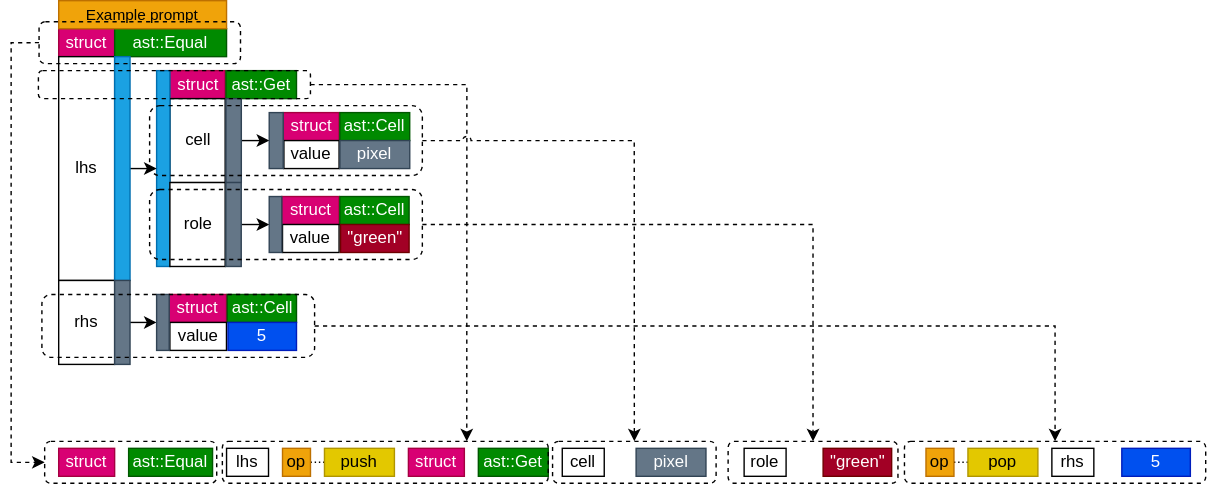
This is doc/diagrams/RequestExampleSerialized.svg from hun-nemethpeter/InfoCell, a draw.io export, as it was before one commit. Source tidied: cells renumbered, new cells last; positions are measured from the earlier drawing's top-left corner, leaving out a move shared by most shapes. Source of this version:
```xml
<mxGraphModel>
  <root>
    <mxCell id="0" />
    <mxCell id="1" parent="0" />
    <mxCell id="2" value="struct" style="rounded=0;whiteSpace=wrap;html=1;fillColor=#d80073;fontColor=#ffffff;strokeColor=#A50040;" parent="1" vertex="1">
      <mxGeometry x="14" y="20" width="40" height="20" as="geometry" />
    </mxCell>
    <mxCell id="3" value="ast::Equal" style="rounded=0;whiteSpace=wrap;html=1;fillColor=#008a00;fontColor=#ffffff;strokeColor=#005700;" parent="1" vertex="1">
      <mxGeometry x="54" y="20" width="80" height="20" as="geometry" />
    </mxCell>
    <mxCell id="4" value="lhs" style="rounded=0;whiteSpace=wrap;html=1;" parent="1" vertex="1">
      <mxGeometry x="14" y="40" width="40" height="160" as="geometry" />
    </mxCell>
    <mxCell id="5" value="Example prompt" style="rounded=0;whiteSpace=wrap;html=1;fontFamily=Helvetica;fontSize=11;fontColor=#000000;fillColor=#f0a30a;strokeColor=#BD7000;" parent="1" vertex="1">
      <mxGeometry x="14" width="120" height="20" as="geometry" />
    </mxCell>
    <mxCell id="6" value="rhs" style="rounded=0;whiteSpace=wrap;html=1;" parent="1" vertex="1">
      <mxGeometry x="14" y="200" width="40" height="60" as="geometry" />
    </mxCell>
    <mxCell id="7" value="struct" style="rounded=0;whiteSpace=wrap;html=1;fillColor=#d80073;fontColor=#ffffff;strokeColor=#A50040;" parent="1" vertex="1">
      <mxGeometry x="93.5" y="50" width="39.5" height="20" as="geometry" />
    </mxCell>
    <mxCell id="8" value="ast::Get" style="rounded=0;whiteSpace=wrap;html=1;fillColor=#008a00;fontColor=#ffffff;strokeColor=#005700;" parent="1" vertex="1">
      <mxGeometry x="133.6" y="50" width="50.4" height="20" as="geometry" />
    </mxCell>
    <mxCell id="9" value="cell" style="rounded=0;whiteSpace=wrap;html=1;" parent="1" vertex="1">
      <mxGeometry x="93.5" y="70" width="39.5" height="60" as="geometry" />
    </mxCell>
    <mxCell id="10" style="rounded=0;whiteSpace=wrap;html=1;fontFamily=Helvetica;fontSize=11;fontColor=#ffffff;fillColor=#1ba1e2;strokeColor=#006EAF;" parent="1" vertex="1">
      <mxGeometry x="84" y="50" width="9.5" height="140" as="geometry" />
    </mxCell>
    <mxCell id="11" value="role" style="rounded=0;whiteSpace=wrap;html=1;" parent="1" vertex="1">
      <mxGeometry x="93.5" y="130" width="39.5" height="60" as="geometry" />
    </mxCell>
    <mxCell id="12" value="struct" style="rounded=0;whiteSpace=wrap;html=1;fillColor=#d80073;fontColor=#ffffff;strokeColor=#A50040;" parent="1" vertex="1">
      <mxGeometry x="174.5" y="80" width="39.9" height="20" as="geometry" />
    </mxCell>
    <mxCell id="13" value="ast::Cell" style="rounded=0;whiteSpace=wrap;html=1;fillColor=#008a00;fontColor=#ffffff;strokeColor=#005700;" parent="1" vertex="1">
      <mxGeometry x="215" y="80" width="49.9" height="20" as="geometry" />
    </mxCell>
    <mxCell id="14" value="value" style="rounded=0;whiteSpace=wrap;html=1;" parent="1" vertex="1">
      <mxGeometry x="175" y="100" width="39.4" height="20" as="geometry" />
    </mxCell>
    <mxCell id="15" value="pixel" style="rounded=0;whiteSpace=wrap;html=1;fillColor=#647687;fontColor=#ffffff;strokeColor=#314354;" parent="1" vertex="1">
      <mxGeometry x="215.1" y="100" width="49.9" height="20" as="geometry" />
    </mxCell>
    <mxCell id="16" style="rounded=0;whiteSpace=wrap;html=1;fontFamily=Helvetica;fontSize=11;fontColor=#ffffff;fillColor=#647687;strokeColor=#314354;" parent="1" vertex="1">
      <mxGeometry x="164.5" y="80" width="10" height="40" as="geometry" />
    </mxCell>
    <mxCell id="17" style="edgeStyle=orthogonalEdgeStyle;rounded=0;jettySize=auto;html=1;exitX=1;exitY=0.5;exitDx=0;exitDy=0;entryX=0;entryY=0.5;entryDx=0;entryDy=0;" parent="1" edge="1" source="18" target="16">
      <mxGeometry relative="1" as="geometry" />
    </mxCell>
    <mxCell id="18" style="rounded=0;whiteSpace=wrap;html=1;fillColor=#647687;fontColor=#ffffff;strokeColor=#314354;" parent="1" vertex="1">
      <mxGeometry x="133.6" y="70" width="11" height="60" as="geometry" />
    </mxCell>
    <mxCell id="19" value="struct" style="rounded=0;whiteSpace=wrap;html=1;fillColor=#d80073;fontColor=#ffffff;strokeColor=#A50040;" parent="1" vertex="1">
      <mxGeometry x="173.5" y="140" width="40.9" height="20" as="geometry" />
    </mxCell>
    <mxCell id="20" value="ast::Cell" style="rounded=0;whiteSpace=wrap;html=1;fillColor=#008a00;fontColor=#ffffff;strokeColor=#005700;" parent="1" vertex="1">
      <mxGeometry x="215" y="140" width="49.5" height="20" as="geometry" />
    </mxCell>
    <mxCell id="21" value="value" style="rounded=0;whiteSpace=wrap;html=1;" parent="1" vertex="1">
      <mxGeometry x="174" y="160" width="40.4" height="20" as="geometry" />
    </mxCell>
    <mxCell id="22" value="&quot;green&quot;" style="rounded=0;whiteSpace=wrap;html=1;fillColor=#a20025;fontColor=#ffffff;strokeColor=#6F0000;" parent="1" vertex="1">
      <mxGeometry x="215.5" y="160" width="49" height="20" as="geometry" />
    </mxCell>
    <mxCell id="23" style="rounded=0;whiteSpace=wrap;html=1;fontFamily=Helvetica;fontSize=11;fontColor=#ffffff;fillColor=#647687;strokeColor=#314354;" parent="1" vertex="1">
      <mxGeometry x="164.5" y="140" width="9" height="40" as="geometry" />
    </mxCell>
    <mxCell id="24" style="edgeStyle=orthogonalEdgeStyle;rounded=0;jettySize=auto;html=1;exitX=1;exitY=0.5;exitDx=0;exitDy=0;entryX=0;entryY=0.5;entryDx=0;entryDy=0;" parent="1" edge="1" source="25" target="23">
      <mxGeometry relative="1" as="geometry" />
    </mxCell>
    <mxCell id="25" style="rounded=0;whiteSpace=wrap;html=1;fillColor=#647687;fontColor=#ffffff;strokeColor=#314354;" parent="1" vertex="1">
      <mxGeometry x="133.5" y="130" width="11" height="60" as="geometry" />
    </mxCell>
    <mxCell id="26" style="edgeStyle=orthogonalEdgeStyle;rounded=0;jettySize=auto;html=1;exitX=1;exitY=0.5;exitDx=0;exitDy=0;entryX=0;entryY=0.5;entryDx=0;entryDy=0;" parent="1" edge="1" source="27" target="10">
      <mxGeometry relative="1" as="geometry" />
    </mxCell>
    <mxCell id="27" style="rounded=0;whiteSpace=wrap;html=1;fillColor=#1ba1e2;fontColor=#ffffff;strokeColor=#006EAF;" parent="1" vertex="1">
      <mxGeometry x="54" y="40" width="11" height="160" as="geometry" />
    </mxCell>
    <mxCell id="28" style="edgeStyle=orthogonalEdgeStyle;rounded=0;jettySize=auto;html=1;exitX=1;exitY=0.5;exitDx=0;exitDy=0;entryX=0;entryY=0.5;entryDx=0;entryDy=0;" parent="1" edge="1" source="29" target="34">
      <mxGeometry relative="1" as="geometry" />
    </mxCell>
    <mxCell id="29" style="rounded=0;whiteSpace=wrap;html=1;fillColor=#647687;fontColor=#ffffff;strokeColor=#314354;" parent="1" vertex="1">
      <mxGeometry x="54" y="200" width="11" height="60" as="geometry" />
    </mxCell>
    <mxCell id="30" value="struct" style="rounded=0;whiteSpace=wrap;html=1;fillColor=#d80073;fontColor=#ffffff;strokeColor=#A50040;" parent="1" vertex="1">
      <mxGeometry x="93" y="210" width="40.9" height="20" as="geometry" />
    </mxCell>
    <mxCell id="31" value="ast::Cell" style="rounded=0;whiteSpace=wrap;html=1;fillColor=#008a00;fontColor=#ffffff;strokeColor=#005700;" parent="1" vertex="1">
      <mxGeometry x="134.5" y="210" width="49.5" height="20" as="geometry" />
    </mxCell>
    <mxCell id="32" value="value" style="rounded=0;whiteSpace=wrap;html=1;" parent="1" vertex="1">
      <mxGeometry x="93.5" y="230" width="40.4" height="20" as="geometry" />
    </mxCell>
    <mxCell id="33" value="5" style="rounded=0;whiteSpace=wrap;html=1;fillColor=#0050ef;fontColor=#ffffff;strokeColor=#001DBC;" parent="1" vertex="1">
      <mxGeometry x="135" y="230" width="49" height="20" as="geometry" />
    </mxCell>
    <mxCell id="34" style="rounded=0;whiteSpace=wrap;html=1;fontFamily=Helvetica;fontSize=11;fontColor=#ffffff;fillColor=#647687;strokeColor=#314354;" parent="1" vertex="1">
      <mxGeometry x="84" y="210" width="9" height="40" as="geometry" />
    </mxCell>
    <mxCell id="35" value="struct" style="rounded=0;whiteSpace=wrap;html=1;fillColor=#d80073;fontColor=#ffffff;strokeColor=#A50040;" parent="1" vertex="1">
      <mxGeometry x="14" y="320" width="40" height="20" as="geometry" />
    </mxCell>
    <mxCell id="36" value="ast::Equal" style="rounded=0;whiteSpace=wrap;html=1;fillColor=#008a00;fontColor=#ffffff;strokeColor=#005700;" parent="1" vertex="1">
      <mxGeometry x="64" y="320" width="60" height="20" as="geometry" />
    </mxCell>
    <mxCell id="37" value="cell" style="rounded=0;whiteSpace=wrap;html=1;" parent="1" vertex="1">
      <mxGeometry x="374" y="320" width="30" height="20" as="geometry" />
    </mxCell>
    <mxCell id="38" value="role" style="rounded=0;whiteSpace=wrap;html=1;" parent="1" vertex="1">
      <mxGeometry x="504" y="320" width="30" height="20" as="geometry" />
    </mxCell>
    <mxCell id="39" style="edgeStyle=orthogonalEdgeStyle;rounded=0;jettySize=auto;html=1;exitX=1;exitY=0.5;exitDx=0;exitDy=0;entryX=0;entryY=0.5;entryDx=0;entryDy=0;endArrow=none;endFill=0;dashed=1;dashPattern=1 2;" parent="1" edge="1" source="40" target="41">
      <mxGeometry relative="1" as="geometry" />
    </mxCell>
    <mxCell id="40" value="op" style="rounded=0;whiteSpace=wrap;html=1;fillColor=#f0a30a;fontColor=#000000;strokeColor=#BD7000;" parent="1" vertex="1">
      <mxGeometry x="634" y="320" width="20" height="20" as="geometry" />
    </mxCell>
    <mxCell id="41" value="pop" style="rounded=0;whiteSpace=wrap;html=1;fillColor=#e3c800;fontColor=#000000;strokeColor=#B09500;" parent="1" vertex="1">
      <mxGeometry x="664" y="320" width="50" height="20" as="geometry" />
    </mxCell>
    <mxCell id="42" value="rhs" style="rounded=0;whiteSpace=wrap;html=1;" parent="1" vertex="1">
      <mxGeometry x="724" y="320" width="30" height="20" as="geometry" />
    </mxCell>
    <mxCell id="43" value="struct" style="rounded=0;whiteSpace=wrap;html=1;fillColor=#d80073;fontColor=#ffffff;strokeColor=#A50040;" parent="1" vertex="1">
      <mxGeometry x="264" y="320" width="40" height="20" as="geometry" />
    </mxCell>
    <mxCell id="44" value="ast::Get" style="rounded=0;whiteSpace=wrap;html=1;fillColor=#008a00;fontColor=#ffffff;strokeColor=#005700;" parent="1" vertex="1">
      <mxGeometry x="314" y="320" width="50" height="20" as="geometry" />
    </mxCell>
    <mxCell id="45" value="lhs" style="rounded=0;whiteSpace=wrap;html=1;" parent="1" vertex="1">
      <mxGeometry x="134" y="320" width="30" height="20" as="geometry" />
    </mxCell>
    <mxCell id="46" style="edgeStyle=orthogonalEdgeStyle;rounded=0;jettySize=auto;html=1;exitX=1;exitY=0.5;exitDx=0;exitDy=0;entryX=0;entryY=0.5;entryDx=0;entryDy=0;endArrow=none;endFill=0;dashed=1;dashPattern=1 2;" parent="1" edge="1" source="47" target="48">
      <mxGeometry relative="1" as="geometry" />
    </mxCell>
    <mxCell id="47" value="op" style="rounded=0;whiteSpace=wrap;html=1;fillColor=#f0a30a;fontColor=#000000;strokeColor=#BD7000;" parent="1" vertex="1">
      <mxGeometry x="174" y="320" width="20" height="20" as="geometry" />
    </mxCell>
    <mxCell id="48" value="push" style="rounded=0;whiteSpace=wrap;html=1;fillColor=#e3c800;fontColor=#000000;strokeColor=#B09500;" parent="1" vertex="1">
      <mxGeometry x="204" y="320" width="50" height="20" as="geometry" />
    </mxCell>
    <mxCell id="49" value="pixel" style="rounded=0;whiteSpace=wrap;html=1;fillColor=#647687;fontColor=#ffffff;strokeColor=#314354;" parent="1" vertex="1">
      <mxGeometry x="426.8" y="320" width="49.9" height="20" as="geometry" />
    </mxCell>
    <mxCell id="50" value="&quot;green&quot;" style="rounded=0;whiteSpace=wrap;html=1;fillColor=#a20025;fontColor=#ffffff;strokeColor=#6F0000;" parent="1" vertex="1">
      <mxGeometry x="560.5" y="320" width="49" height="20" as="geometry" />
    </mxCell>
    <mxCell id="51" value="5" style="rounded=0;whiteSpace=wrap;html=1;fillColor=#0050ef;fontColor=#ffffff;strokeColor=#001DBC;" parent="1" vertex="1">
      <mxGeometry x="774" y="320" width="49" height="20" as="geometry" />
    </mxCell>
    <mxCell id="52" style="edgeStyle=orthogonalEdgeStyle;rounded=0;jettySize=auto;html=1;exitX=0;exitY=0.5;exitDx=0;exitDy=0;entryX=0;entryY=0.5;entryDx=0;entryDy=0;dashed=1;" parent="1" edge="1" source="53" target="54">
      <mxGeometry relative="1" as="geometry" />
    </mxCell>
    <mxCell id="53" style="rounded=1;whiteSpace=wrap;html=1;fillColor=none;dashed=1;" parent="1" vertex="1">
      <mxGeometry y="15" width="144" height="30" as="geometry" />
    </mxCell>
    <mxCell id="54" style="rounded=1;whiteSpace=wrap;html=1;fillColor=none;dashed=1;" parent="1" vertex="1">
      <mxGeometry x="4" y="315" width="123" height="30" as="geometry" />
    </mxCell>
    <mxCell id="55" style="edgeStyle=orthogonalEdgeStyle;rounded=0;jettySize=auto;html=1;exitX=1;exitY=0.5;exitDx=0;exitDy=0;entryX=0.75;entryY=0;entryDx=0;entryDy=0;dashed=1;" parent="1" edge="1" source="56" target="57">
      <mxGeometry relative="1" as="geometry" />
    </mxCell>
    <mxCell id="56" style="rounded=1;whiteSpace=wrap;html=1;fillColor=none;dashed=1;" parent="1" vertex="1">
      <mxGeometry x="-0.5" y="50" width="194.5" height="20" as="geometry" />
    </mxCell>
    <mxCell id="57" style="rounded=1;whiteSpace=wrap;html=1;fillColor=none;dashed=1;" parent="1" vertex="1">
      <mxGeometry x="131" y="315" width="233" height="30" as="geometry" />
    </mxCell>
    <mxCell id="58" style="edgeStyle=orthogonalEdgeStyle;rounded=0;jettySize=auto;html=1;exitX=1;exitY=0.5;exitDx=0;exitDy=0;entryX=0.5;entryY=0;entryDx=0;entryDy=0;dashed=1;jumpStyle=arc;" parent="1" edge="1" source="59" target="60">
      <mxGeometry relative="1" as="geometry" />
    </mxCell>
    <mxCell id="59" style="rounded=1;whiteSpace=wrap;html=1;fillColor=none;dashed=1;" parent="1" vertex="1">
      <mxGeometry x="79" y="75" width="195" height="50" as="geometry" />
    </mxCell>
    <mxCell id="60" style="rounded=1;whiteSpace=wrap;html=1;fillColor=none;dashed=1;" parent="1" vertex="1">
      <mxGeometry x="367.1" y="315" width="116.9" height="30" as="geometry" />
    </mxCell>
    <mxCell id="61" style="edgeStyle=orthogonalEdgeStyle;rounded=0;jettySize=auto;html=1;exitX=1;exitY=0.5;exitDx=0;exitDy=0;dashed=1;" parent="1" edge="1" source="62" target="65">
      <mxGeometry relative="1" as="geometry" />
    </mxCell>
    <mxCell id="62" style="rounded=1;whiteSpace=wrap;html=1;fillColor=none;dashed=1;" parent="1" vertex="1">
      <mxGeometry x="79" y="135" width="195" height="50" as="geometry" />
    </mxCell>
    <mxCell id="63" style="edgeStyle=orthogonalEdgeStyle;rounded=0;jettySize=auto;html=1;exitX=1;exitY=0.5;exitDx=0;exitDy=0;entryX=0.5;entryY=0;entryDx=0;entryDy=0;dashed=1;" parent="1" edge="1" source="64" target="66">
      <mxGeometry relative="1" as="geometry" />
    </mxCell>
    <mxCell id="64" style="rounded=1;whiteSpace=wrap;html=1;fillColor=none;dashed=1;" parent="1" vertex="1">
      <mxGeometry x="2" y="210" width="194.9" height="45" as="geometry" />
    </mxCell>
    <mxCell id="65" style="rounded=1;whiteSpace=wrap;html=1;fillColor=none;dashed=1;" parent="1" vertex="1">
      <mxGeometry x="492.6" y="315" width="121.4" height="30" as="geometry" />
    </mxCell>
    <mxCell id="66" style="rounded=1;whiteSpace=wrap;html=1;fillColor=none;dashed=1;" parent="1" vertex="1">
      <mxGeometry x="618.6" y="315" width="215.3" height="30" as="geometry" />
    </mxCell>
  </root>
</mxGraphModel>
```
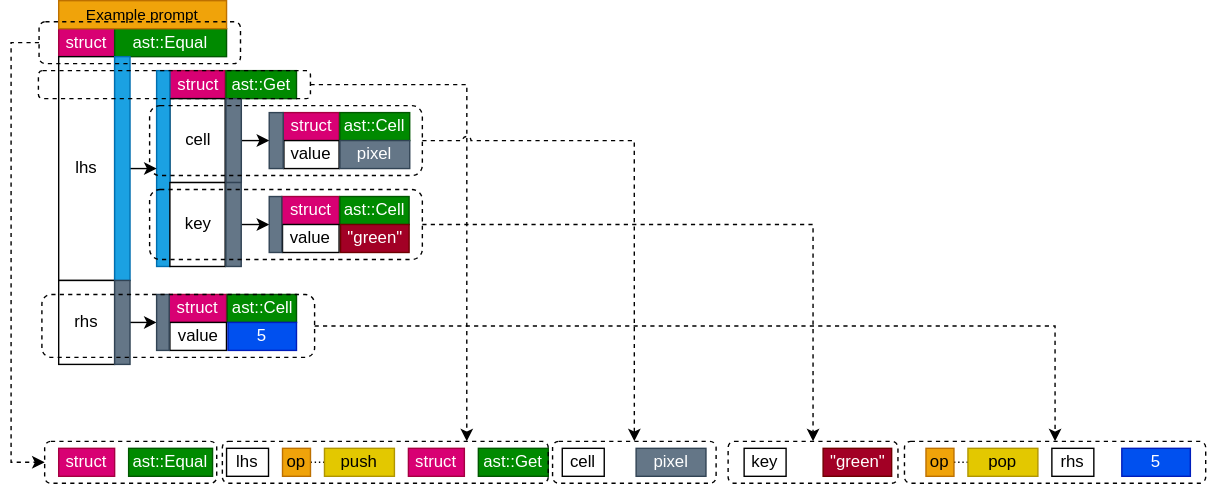
After the change.

The edit, as a diff of the source:
```diff
@@ -29,7 +29,7 @@
     <mxCell id="10" style="rounded=0;whiteSpace=wrap;html=1;fontFamily=Helvetica;fontSize=11;fontColor=#ffffff;fillColor=#1ba1e2;strokeColor=#006EAF;" parent="1" vertex="1">
       <mxGeometry x="84" y="50" width="9.5" height="140" as="geometry" />
     </mxCell>
-    <mxCell id="11" value="role" style="rounded=0;whiteSpace=wrap;html=1;" parent="1" vertex="1">
+    <mxCell id="11" value="key" style="rounded=0;whiteSpace=wrap;html=1;" parent="1" vertex="1">
       <mxGeometry x="93.5" y="130" width="39.5" height="60" as="geometry" />
     </mxCell>
     <mxCell id="12" value="struct" style="rounded=0;whiteSpace=wrap;html=1;fillColor=#d80073;fontColor=#ffffff;strokeColor=#A50040;" parent="1" vertex="1">
@@ -110,7 +110,7 @@
     <mxCell id="37" value="cell" style="rounded=0;whiteSpace=wrap;html=1;" parent="1" vertex="1">
       <mxGeometry x="374" y="320" width="30" height="20" as="geometry" />
     </mxCell>
-    <mxCell id="38" value="role" style="rounded=0;whiteSpace=wrap;html=1;" parent="1" vertex="1">
+    <mxCell id="38" value="key" style="rounded=0;whiteSpace=wrap;html=1;" parent="1" vertex="1">
       <mxGeometry x="504" y="320" width="30" height="20" as="geometry" />
     </mxCell>
     <mxCell id="39" style="edgeStyle=orthogonalEdgeStyle;rounded=0;jettySize=auto;html=1;exitX=1;exitY=0.5;exitDx=0;exitDy=0;entryX=0;entryY=0.5;entryDx=0;entryDy=0;endArrow=none;endFill=0;dashed=1;dashPattern=1 2;" parent="1" edge="1" source="40" target="41">
```
